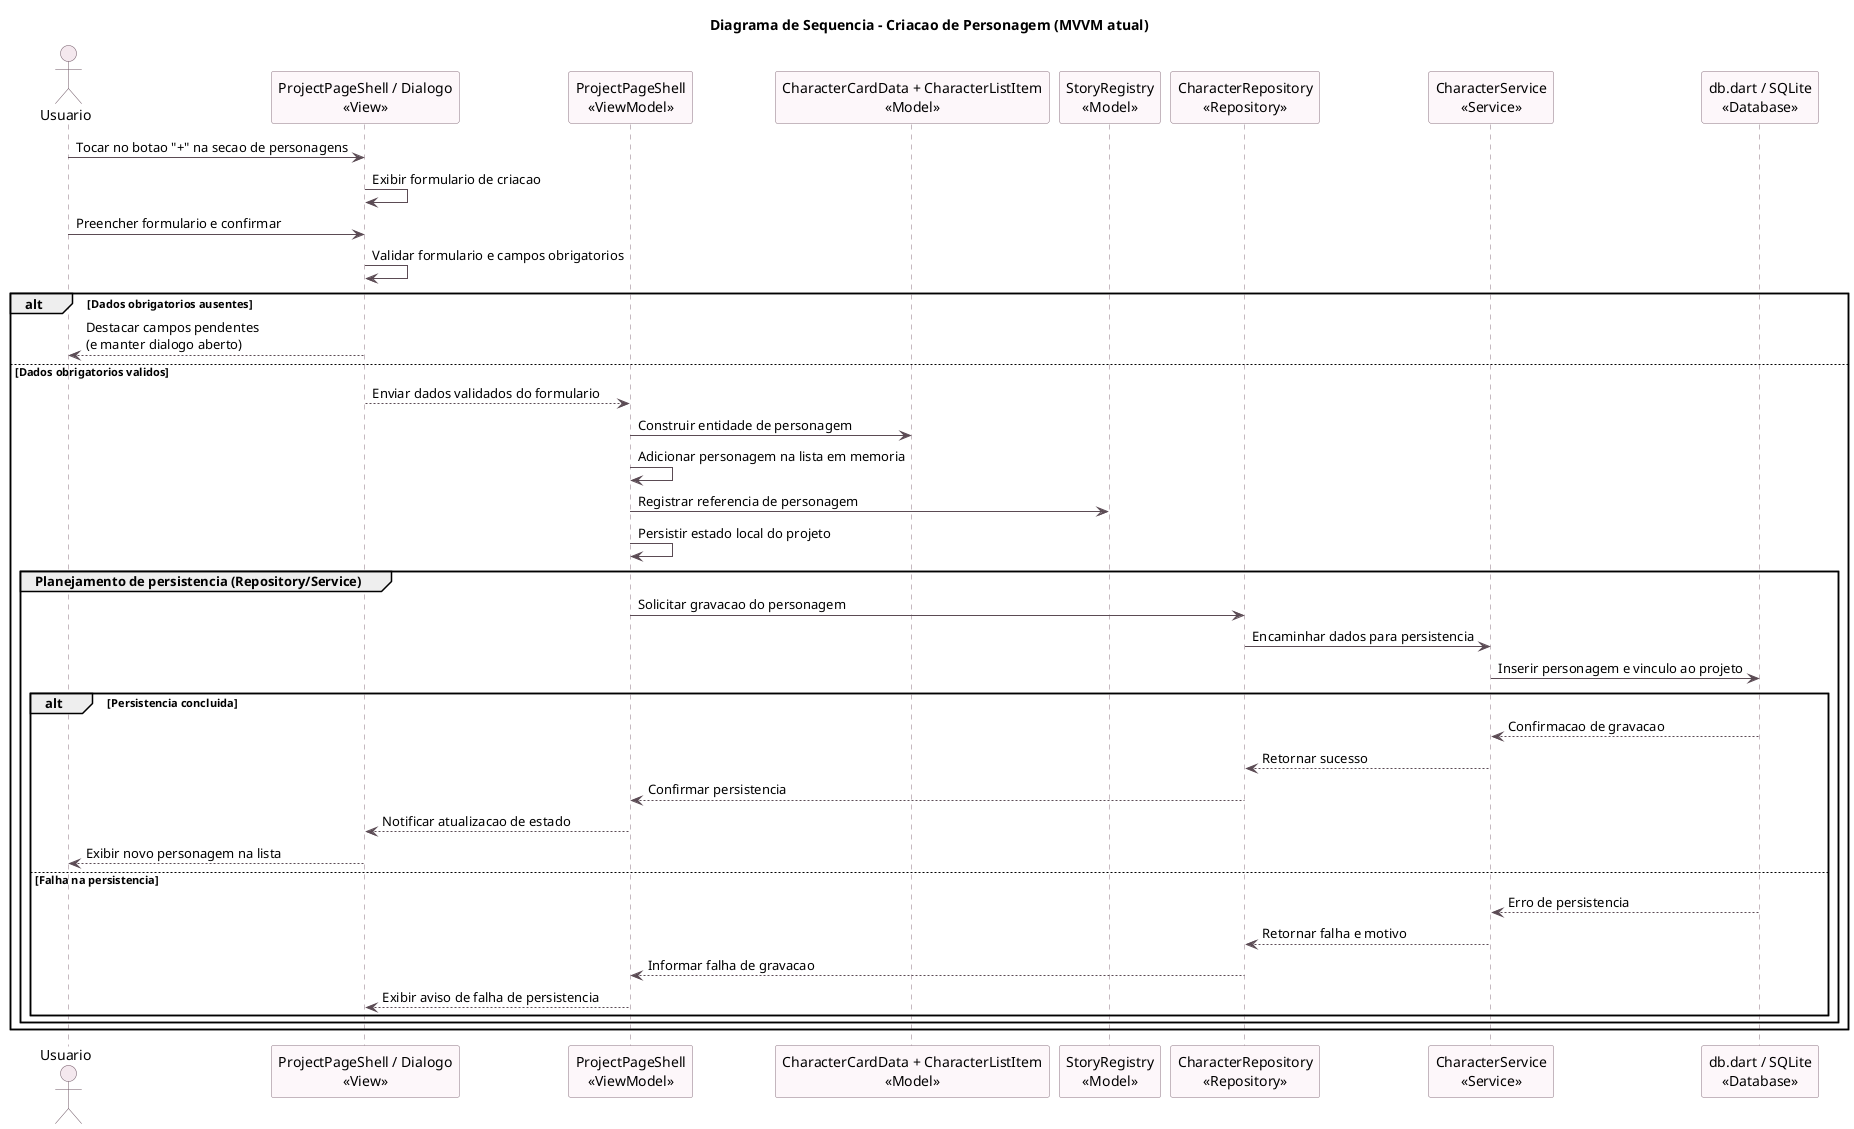
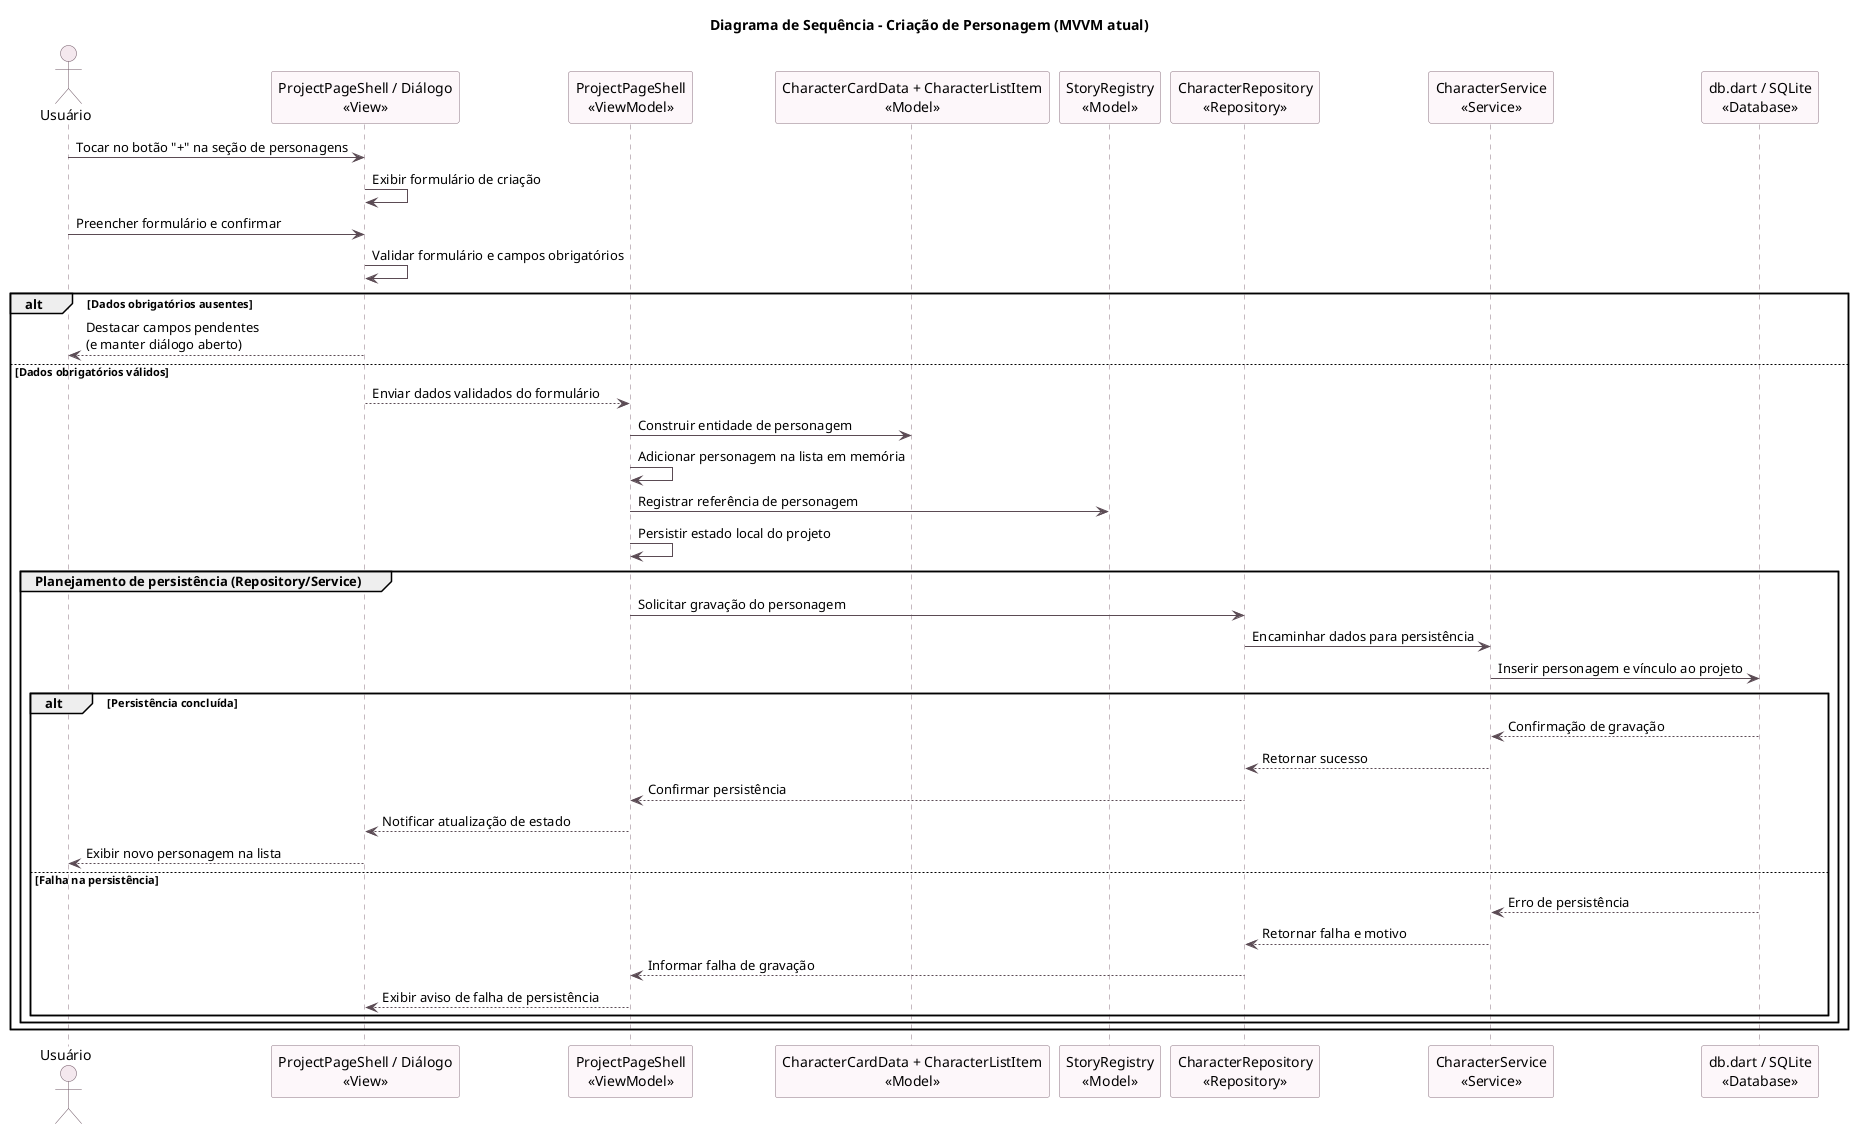
- @startuml Diagrama de Sequencia - Criacao de Personagem
+ @startuml Diagrama de Sequência - Criação de Personagem

- title Diagrama de Sequencia - Criacao de Personagem (MVVM atual)
+ title Diagrama de Sequência - Criação de Personagem (MVVM atual)

skinparam backgroundColor white
skinparam sequence {
    ArrowColor #5B4B54
    LifeLineBorderColor #8B7380
    LifeLineBackgroundColor #F8F2F5
    ParticipantBorderColor #8B7380
    ParticipantBackgroundColor #FDF7FA
    ActorBorderColor #6C5562
    ActorBackgroundColor #F4E8EE
}

- actor "Usuario" as Usuario
+ actor "Usuário" as Usuario

- participant "ProjectPageShell / Dialogo\n<<View>>" as CharacterView
+ participant "ProjectPageShell / Diálogo\n<<View>>" as CharacterView
participant "ProjectPageShell\n<<ViewModel>>" as CharacterVM
participant "CharacterCardData + CharacterListItem\n<<Model>>" as CharacterModel
participant "StoryRegistry\n<<Model>>" as StoryRegistry
participant "CharacterRepository\n<<Repository>>" as CharacterRepository
participant "CharacterService\n<<Service>>" as CharacterService
participant "db.dart / SQLite\n<<Database>>" as SQLiteDB

- Usuario -> CharacterView: Tocar no botao "+" na secao de personagens
- CharacterView -> CharacterView: Exibir formulario de criacao
- Usuario -> CharacterView: Preencher formulario e confirmar
- CharacterView -> CharacterView: Validar formulario e campos obrigatorios
+ Usuario -> CharacterView: Tocar no botão "+" na seção de personagens
+ CharacterView -> CharacterView: Exibir formulário de criação
+ Usuario -> CharacterView: Preencher formulário e confirmar
+ CharacterView -> CharacterView: Validar formulário e campos obrigatórios

- alt Dados obrigatorios ausentes
-     CharacterView --> Usuario: Destacar campos pendentes\n(e manter dialogo aberto)
- else Dados obrigatorios validos
-     CharacterView --> CharacterVM: Enviar dados validados do formulario
+ alt Dados obrigatórios ausentes
+     CharacterView --> Usuario: Destacar campos pendentes\n(e manter diálogo aberto)
+ else Dados obrigatórios válidos
+     CharacterView --> CharacterVM: Enviar dados validados do formulário
    CharacterVM -> CharacterModel: Construir entidade de personagem
-     CharacterVM -> CharacterVM: Adicionar personagem na lista em memoria
-     CharacterVM -> StoryRegistry: Registrar referencia de personagem
+     CharacterVM -> CharacterVM: Adicionar personagem na lista em memória
+     CharacterVM -> StoryRegistry: Registrar referência de personagem
    CharacterVM -> CharacterVM: Persistir estado local do projeto

-     group Planejamento de persistencia (Repository/Service)
-         CharacterVM -> CharacterRepository: Solicitar gravacao do personagem
-         CharacterRepository -> CharacterService: Encaminhar dados para persistencia
-         CharacterService -> SQLiteDB: Inserir personagem e vinculo ao projeto
+     group Planejamento de persistência (Repository/Service)
+         CharacterVM -> CharacterRepository: Solicitar gravação do personagem
+         CharacterRepository -> CharacterService: Encaminhar dados para persistência
+         CharacterService -> SQLiteDB: Inserir personagem e vínculo ao projeto

-         alt Persistencia concluida
-             SQLiteDB --> CharacterService: Confirmacao de gravacao
+         alt Persistência concluída
+             SQLiteDB --> CharacterService: Confirmação de gravação
            CharacterService --> CharacterRepository: Retornar sucesso
-             CharacterRepository --> CharacterVM: Confirmar persistencia
-             CharacterVM --> CharacterView: Notificar atualizacao de estado
+             CharacterRepository --> CharacterVM: Confirmar persistência
+             CharacterVM --> CharacterView: Notificar atualização de estado
            CharacterView --> Usuario: Exibir novo personagem na lista
-         else Falha na persistencia
-             SQLiteDB --> CharacterService: Erro de persistencia
+         else Falha na persistência
+             SQLiteDB --> CharacterService: Erro de persistência
            CharacterService --> CharacterRepository: Retornar falha e motivo
-             CharacterRepository --> CharacterVM: Informar falha de gravacao
-             CharacterVM --> CharacterView: Exibir aviso de falha de persistencia
+             CharacterRepository --> CharacterVM: Informar falha de gravação
+             CharacterVM --> CharacterView: Exibir aviso de falha de persistência
        end
    end
end

@enduml
